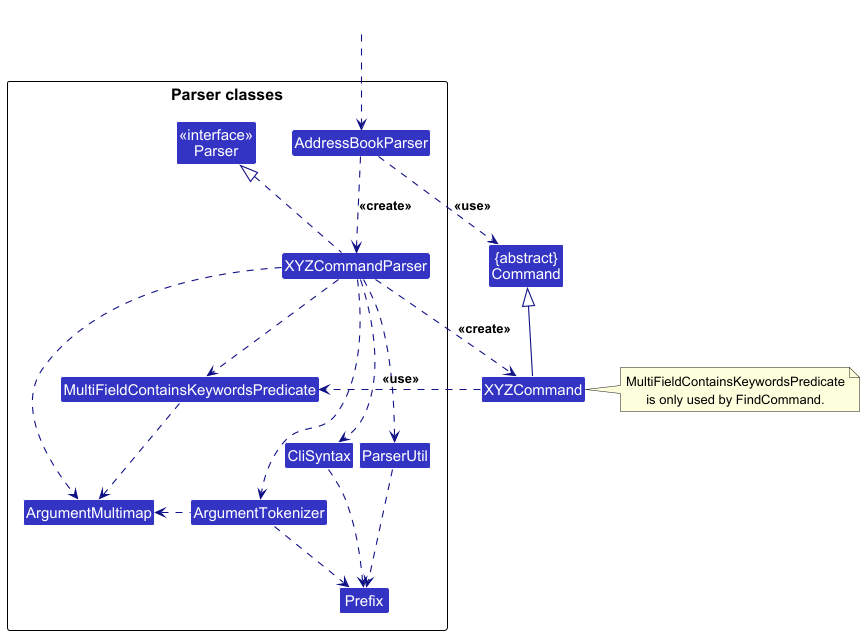
Before: docs/images/ParserClasses.png, a diagram exported from PlantUML (AY2526S1-CS2103T-T15-4/tp). Its diagram source:
```plantuml
@startuml
!include style.puml
skinparam arrowThickness 1.1
skinparam arrowColor LOGIC_COLOR_T4
skinparam classBackgroundColor LOGIC_COLOR

Class "{abstract}\nCommand" as Command
Class XYZCommand

package "Parser classes"{
Class "<<interface>>\nParser" as Parser
Class AddressBookParser
Class XYZCommandParser
Class CliSyntax
Class ParserUtil
Class ArgumentMultimap
Class ArgumentTokenizer
Class Prefix
Class MultiFieldContainsKeywordsPredicate
}

Class HiddenOutside #FFFFFF
HiddenOutside ..> AddressBookParser

AddressBookParser .down.> XYZCommandParser: <<create>>

XYZCommandParser ..> XYZCommand : <<create>>
AddressBookParser ..> Command : <<use>>
XYZCommandParser .up.|> Parser
XYZCommandParser ..> ArgumentMultimap
XYZCommandParser ..> ArgumentTokenizer
ArgumentTokenizer .left.> ArgumentMultimap
XYZCommandParser ..> CliSyntax
CliSyntax ..> Prefix
XYZCommandParser ..> ParserUtil
ParserUtil .down.> Prefix
ArgumentTokenizer .down.> Prefix
XYZCommand -up-|> Command
XYZCommandParser ..> MultiFieldContainsKeywordsPredicate
MultiFieldContainsKeywordsPredicate ..> ArgumentMultimap
XYZCommand ..> MultiFieldContainsKeywordsPredicate : <<use>>

note right of XYZCommand
  MultiFieldContainsKeywordsPredicate
  is only used by FindCommand.
end note

@enduml
```
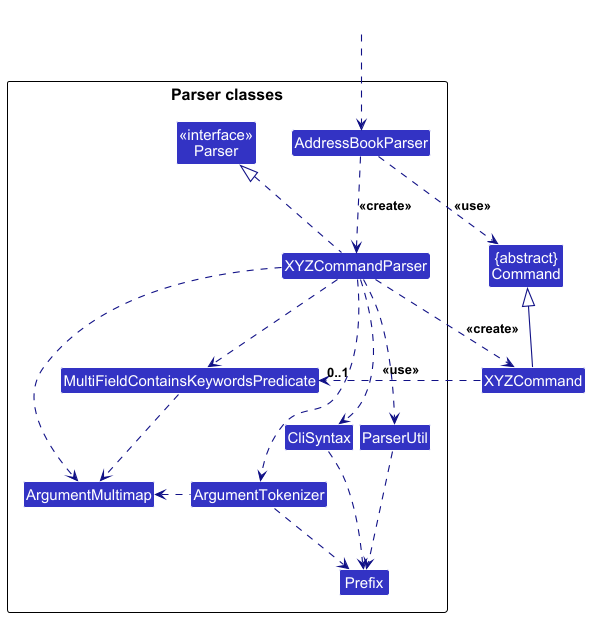
After the commit.

What changed in the source:
```diff
@@ -38,11 +38,7 @@
 XYZCommand -up-|> Command
 XYZCommandParser ..> MultiFieldContainsKeywordsPredicate
 MultiFieldContainsKeywordsPredicate ..> ArgumentMultimap
-XYZCommand ..> MultiFieldContainsKeywordsPredicate : <<use>>
+XYZCommand ..> "0..1" MultiFieldContainsKeywordsPredicate : <<use>>
 
-note right of XYZCommand
-  MultiFieldContainsKeywordsPredicate
-  is only used by FindCommand.
-end note
 
 @enduml
```
